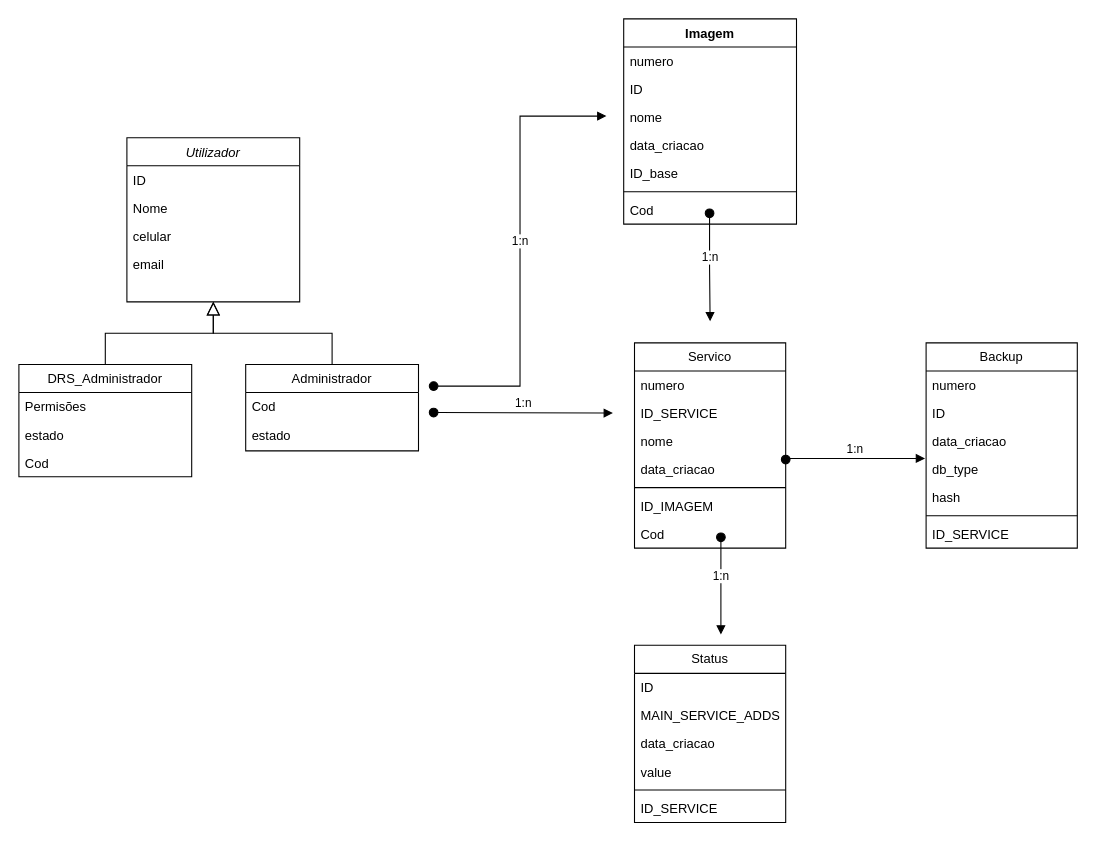
magiccode4Dim/Desaster-Recover-System keeps this draw.io diagram as TRABALHO_TORICO/Diagramas/diagramaEntidades.drawio. Above is the earlier version. Source tidied: cells renumbered, new cells numbered last; positions are measured from the earlier drawing's top-left corner, leaving out a move shared by most shapes. Both pictures are drawn from the tidied source at 108%, with x=0, y=0 at pixel (18, 18).
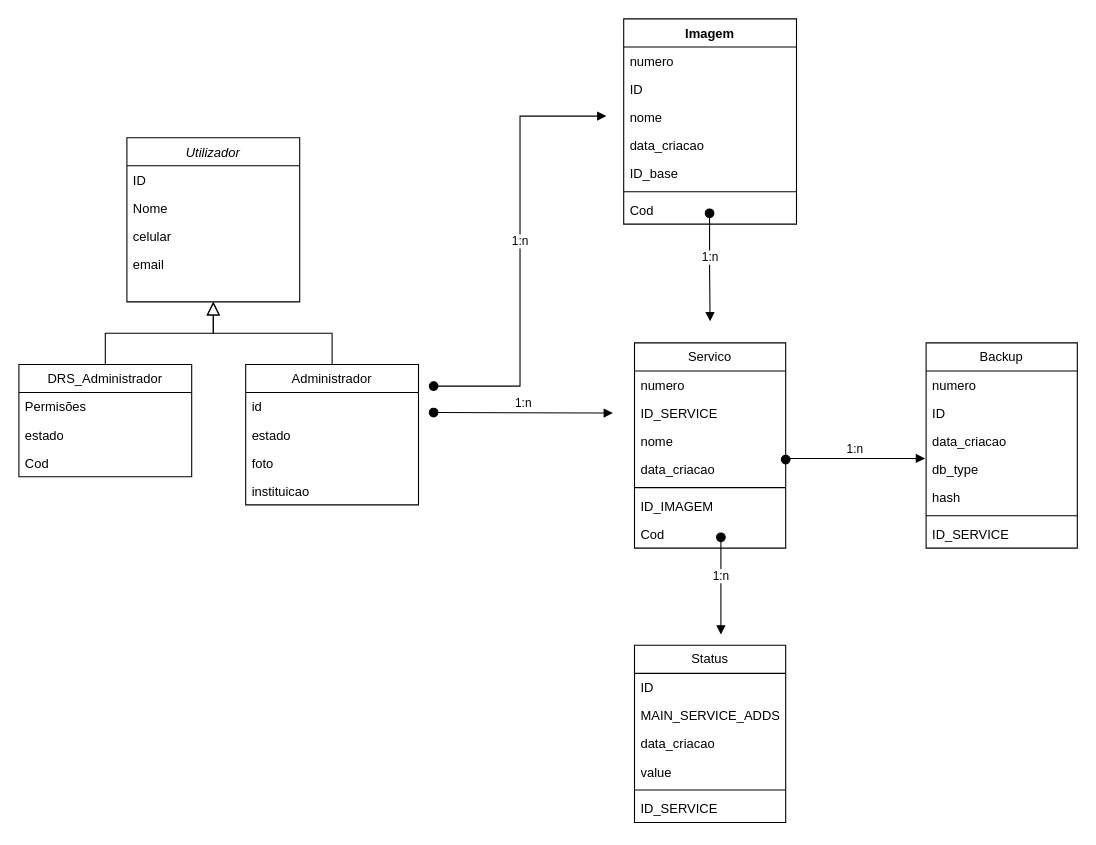
Above is the later version.

What changed in the source:
```diff
@@
     <mxCell id="12" value="Administrador" style="swimlane;fontStyle=0;align=center;verticalAlign=top;horizontal=1;startSize=26;rounded=0;shadow=0;strokeWidth=1;" parent="1" vertex="1">
-      <mxGeometry x="210" y="320" width="160" height="80" as="geometry" />
+      <mxGeometry x="210" y="320" width="160" height="130" as="geometry" />
     </mxCell>
-    <mxCell id="13" value="Cod" style="text;align=left;verticalAlign=top;spacingLeft=4;spacingRight=4;overflow=hidden;" parent="12" vertex="1">
+    <mxCell id="13" value="id" style="text;align=left;verticalAlign=top;spacingLeft=4;spacingRight=4;overflow=hidden;" parent="12" vertex="1">
       <mxGeometry y="26" width="160" height="26" as="geometry" />
     </mxCell>
@@
+    <mxCell id="52" value="foto" style="text;align=left;verticalAlign=top;spacingLeft=4;spacingRight=4;overflow=hidden;" parent="12" vertex="1">
+      <mxGeometry y="78" width="160" height="26" as="geometry" />
+    </mxCell>
+    <mxCell id="53" value="instituicao" style="text;align=left;verticalAlign=top;spacingLeft=4;spacingRight=4;overflow=hidden;" parent="12" vertex="1">
+      <mxGeometry y="104" width="160" height="26" as="geometry" />
+    </mxCell>
```
